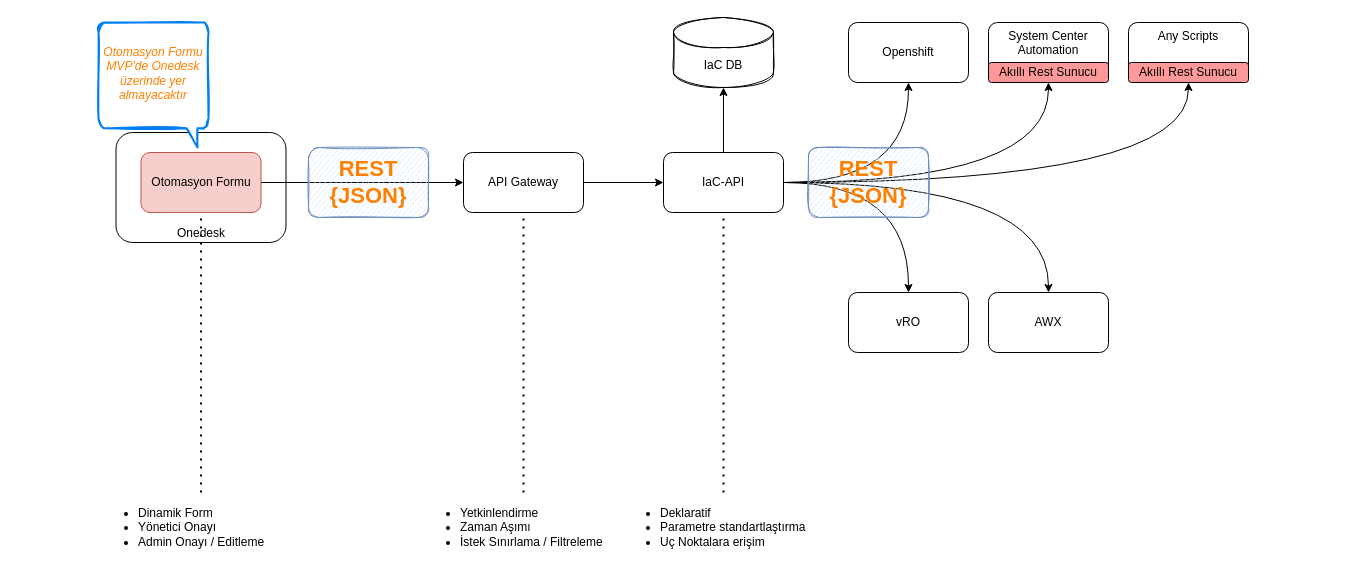
This is page "Genel Bakış" (1 of 2) of iac-flow.drawio from haidouks/draw.io, a draw.io file, before an edit. Source tidied: cells renumbered, new cells numbered last; positions are measured from the earlier drawing's top-left corner, leaving out a move shared by most shapes. Both pictures are drawn from the tidied source at 100%, with x=0, y=0 at pixel (98, 17).
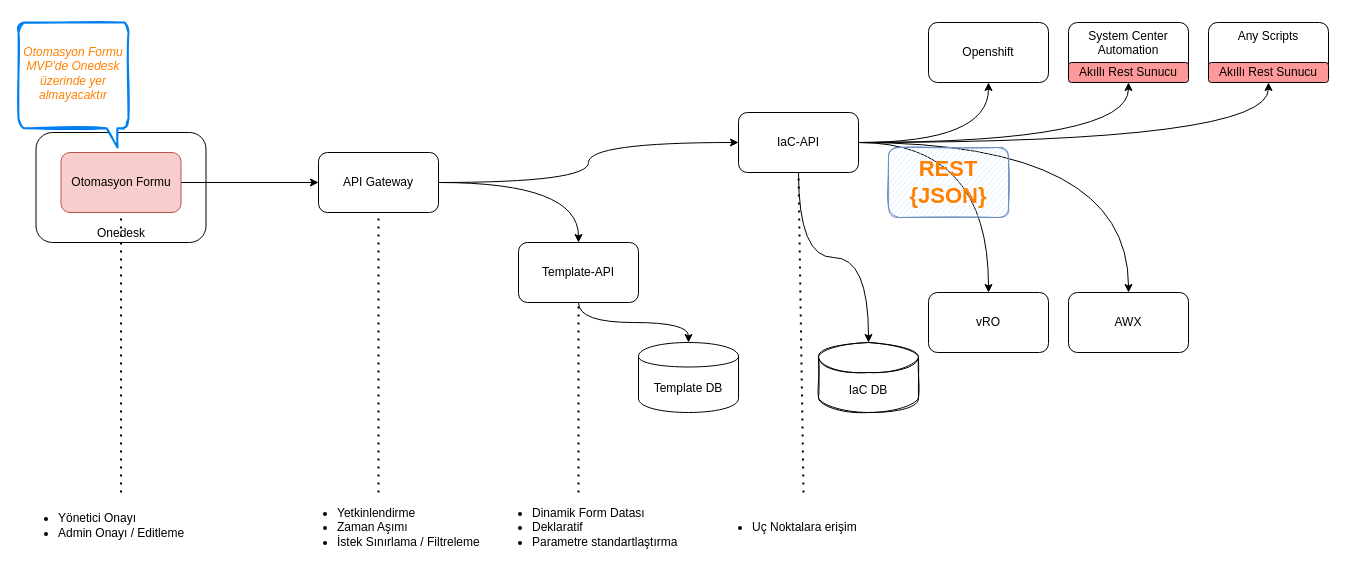
Above is the later version.

The edit, as a diff of the source:
```diff
@@
     <mxCell id="2" value="Onedesk" style="rounded=1;whiteSpace=wrap;html=1;verticalAlign=bottom;" parent="1" vertex="1">
-      <mxGeometry x="17.5" y="115" width="170" height="110" as="geometry" />
+      <mxGeometry x="-62.5" y="115" width="170" height="110" as="geometry" />
     </mxCell>
@@
     <mxCell id="4" value="Otomasyon Formu" style="whiteSpace=wrap;html=1;rounded=1;fillColor=#f8cecc;strokeColor=#b85450;" parent="1" vertex="1">
-      <mxGeometry x="42.5" y="135" width="120" height="60" as="geometry" />
+      <mxGeometry x="-37.5" y="135" width="120" height="60" as="geometry" />
     </mxCell>
-    <mxCell id="5" style="edgeStyle=orthogonalEdgeStyle;rounded=0;jettySize=auto;html=1;" parent="1" edge="1" source="6" target="13">
+    <mxCell id="5" style="edgeStyle=orthogonalEdgeStyle;jettySize=auto;html=1;curved=1;" parent="1" edge="1" source="6" target="13">
       <mxGeometry relative="1" as="geometry" />
     </mxCell>
+    <mxCell id="33" style="edgeStyle=orthogonalEdgeStyle;jettySize=auto;html=1;curved=1;" parent="1" edge="1" source="6" target="35">
+      <mxGeometry relative="1" as="geometry" />
+    </mxCell>
     <mxCell id="6" value="API Gateway" style="whiteSpace=wrap;html=1;rounded=1;" parent="1" vertex="1">
-      <mxGeometry x="365" y="135" width="120" height="60" as="geometry" />
+      <mxGeometry x="220" y="135" width="120" height="60" as="geometry" />
     </mxCell>
@@
-    <mxCell id="12" style="edgeStyle=orthogonalEdgeStyle;rounded=0;jettySize=auto;html=1;" parent="1" edge="1" source="13" target="27">
+    <mxCell id="12" style="edgeStyle=orthogonalEdgeStyle;jettySize=auto;html=1;curved=1;" parent="1" edge="1" source="13" target="27">
       <mxGeometry relative="1" as="geometry" />
     </mxCell>
     <mxCell id="13" value="IaC-API" style="whiteSpace=wrap;html=1;rounded=1;" parent="1" vertex="1">
-      <mxGeometry x="565" y="135" width="120" height="60" as="geometry" />
+      <mxGeometry x="640" y="95" width="120" height="60" as="geometry" />
     </mxCell>
     <mxCell id="14" value="vRO" style="whiteSpace=wrap;html=1;rounded=1;" parent="1" vertex="1">
-      <mxGeometry x="750" y="275" width="120" height="60" as="geometry" />
+      <mxGeometry x="830" y="275" width="120" height="60" as="geometry" />
     </mxCell>
     <mxCell id="15" value="Openshift" style="whiteSpace=wrap;html=1;rounded=1;" parent="1" vertex="1">
-      <mxGeometry x="750" y="5" width="120" height="60" as="geometry" />
+      <mxGeometry x="830" y="5" width="120" height="60" as="geometry" />
     </mxCell>
     <mxCell id="16" value="AWX" style="rounded=1;whiteSpace=wrap;html=1;" parent="1" vertex="1">
-      <mxGeometry x="890" y="275" width="120" height="60" as="geometry" />
+      <mxGeometry x="970" y="275" width="120" height="60" as="geometry" />
     </mxCell>
     <mxCell id="17" value="System Center Automation" style="rounded=1;whiteSpace=wrap;html=1;verticalAlign=top;" parent="1" vertex="1">
-      <mxGeometry x="890" y="5" width="120" height="60" as="geometry" />
+      <mxGeometry x="970" y="5" width="120" height="60" as="geometry" />
     </mxCell>
     <mxCell id="18" value="Any Scripts" style="rounded=1;whiteSpace=wrap;html=1;verticalAlign=top;" parent="1" vertex="1">
-      <mxGeometry x="1030" y="5" width="120" height="60" as="geometry" />
+      <mxGeometry x="1110" y="5" width="120" height="60" as="geometry" />
     </mxCell>
     <mxCell id="19" value="Akıllı Rest Sunucu" style="rounded=1;whiteSpace=wrap;html=1;fillColor=#FF9999;" parent="1" vertex="1">
-      <mxGeometry x="1030" y="45" width="120" height="20" as="geometry" />
+      <mxGeometry x="1110" y="45" width="120" height="20" as="geometry" />
     </mxCell>
     <mxCell id="20" value="Akıllı Rest Sunucu" style="rounded=1;whiteSpace=wrap;html=1;fillColor=#FF9999;" parent="1" vertex="1">
-      <mxGeometry x="890" y="45" width="120" height="20" as="geometry" />
+      <mxGeometry x="970" y="45" width="120" height="20" as="geometry" />
     </mxCell>
@@
-    <mxCell id="22" value="&lt;ul&gt;&lt;li&gt;Dinamik Form&lt;br&gt;&lt;/li&gt;&lt;li&gt;Yönetici Onayı&lt;/li&gt;&lt;li&gt;Admin Onayı / Editleme&lt;/li&gt;&lt;/ul&gt;" style="text;html=1;strokeColor=none;fillColor=none;align=left;verticalAlign=middle;whiteSpace=wrap;rounded=0;dashed=1;spacingTop=10;spacing=0;" parent="1" vertex="1">
-      <mxGeometry y="475" width="205" height="60" as="geometry" />
+    <mxCell id="22" value="&lt;div&gt;&lt;br&gt;&lt;/div&gt;&lt;ul&gt;&lt;li&gt;Yönetici Onayı&lt;/li&gt;&lt;li&gt;Admin Onayı / Editleme&lt;/li&gt;&lt;/ul&gt;" style="text;html=1;strokeColor=none;fillColor=none;align=left;verticalAlign=bottom;whiteSpace=wrap;rounded=0;dashed=1;spacingTop=10;spacing=0;" parent="1" vertex="1">
+      <mxGeometry x="-80" y="475" width="205" height="60" as="geometry" />
     </mxCell>
-    <mxCell id="23" style="endArrow=none;dashed=1;html=1;dashPattern=1 3;strokeWidth=2;entryX=0.5;entryY=1;entryDx=0;entryDy=0;exitX=0.5;exitY=0;exitDx=0;exitDy=0;" parent="1" edge="1" source="24" target="6">
-      <mxGeometry relative="1" as="geometry" />
+    <mxCell id="23" style="endArrow=none;dashed=1;html=1;dashPattern=1 3;strokeWidth=2;entryX=0.5;entryY=1;entryDx=0;entryDy=0;exitX=0.5;exitY=0;exitDx=0;exitDy=0;" parent="1" edge="1" target="6">
+      <mxGeometry relative="1" as="geometry">
+        <mxPoint x="280" y="475" as="sourcePoint" />
+      </mxGeometry>
     </mxCell>
     <mxCell id="24" value="&lt;ul&gt;&lt;li&gt;Yetkinlendirme&lt;/li&gt;&lt;li&gt;Zaman Aşımı&lt;/li&gt;&lt;li&gt;İstek Sınırlama / Filtreleme&lt;/li&gt;&lt;/ul&gt;" style="text;html=1;strokeColor=none;fillColor=none;align=left;verticalAlign=middle;whiteSpace=wrap;rounded=0;dashed=1;spacingTop=10;spacing=-1;" parent="1" vertex="1">
-      <mxGeometry x="322.5" y="475" width="205" height="60" as="geometry" />
+      <mxGeometry x="200" y="475" width="205" height="60" as="geometry" />
     </mxCell>
     <mxCell id="25" style="endArrow=none;dashed=1;html=1;dashPattern=1 3;strokeWidth=2;entryX=0.5;entryY=1;entryDx=0;entryDy=0;" parent="1" edge="1" target="13">
       <mxGeometry relative="1" as="geometry">
-        <mxPoint x="625" y="475" as="sourcePoint" />
+        <mxPoint x="705" y="475" as="sourcePoint" />
       </mxGeometry>
     </mxCell>
-    <mxCell id="26" value="&lt;ul&gt;&lt;li&gt;Deklaratif&lt;/li&gt;&lt;li&gt;Parametre standartlaştırma&lt;/li&gt;&lt;li&gt;Uç Noktalara erişim&lt;/li&gt;&lt;/ul&gt;" style="text;html=1;strokeColor=none;fillColor=none;align=left;verticalAlign=middle;whiteSpace=wrap;rounded=0;dashed=1;spacingTop=10;spacing=-1;" parent="1" vertex="1">
-      <mxGeometry x="522.5" y="475" width="205" height="60" as="geometry" />
+    <mxCell id="26" value="&lt;ul&gt;&lt;li&gt;Uç Noktalara erişim&lt;br&gt;&lt;/li&gt;&lt;/ul&gt;" style="text;html=1;strokeColor=none;fillColor=none;align=left;verticalAlign=middle;whiteSpace=wrap;rounded=0;dashed=1;spacingTop=10;spacing=-1;" parent="1" vertex="1">
+      <mxGeometry x="615" y="475" width="205" height="60" as="geometry" />
     </mxCell>
     <mxCell id="27" value="IaC DB" style="shape=cylinder3;whiteSpace=wrap;html=1;boundedLbl=1;backgroundOutline=1;size=15;sketch=1;" parent="1" vertex="1">
-      <mxGeometry x="575" width="100" height="70" as="geometry" />
+      <mxGeometry x="720" y="325" width="100" height="70" as="geometry" />
     </mxCell>
     <mxCell id="28" value="&lt;font color=&quot;#ff8000&quot;&gt;&lt;span style=&quot;font-size: 22px&quot;&gt;REST&lt;br&gt;{JSON}&lt;/span&gt;&lt;/font&gt;" style="text;html=1;strokeColor=#6c8ebf;fillColor=#dae8fc;align=center;verticalAlign=middle;whiteSpace=wrap;rounded=1;fontStyle=1;sketch=1;" parent="1" vertex="1">
-      <mxGeometry x="710" y="130" width="120" height="70" as="geometry" />
+      <mxGeometry x="790" y="130" width="120" height="70" as="geometry" />
     </mxCell>
-    <mxCell id="29" value="&lt;font color=&quot;#ff8000&quot;&gt;&lt;span style=&quot;font-size: 22px&quot;&gt;REST&lt;br&gt;{JSON}&lt;/span&gt;&lt;/font&gt;" style="text;html=1;strokeColor=#6c8ebf;fillColor=#dae8fc;align=center;verticalAlign=middle;whiteSpace=wrap;rounded=1;fontStyle=1;sketch=1;" parent="1" vertex="1">
-      <mxGeometry x="210" y="130" width="120" height="70" as="geometry" />
-    </mxCell>
     <mxCell id="30" style="group;sketch=1;shadow=0;rounded=0;glass=0;" parent="1" vertex="1">
-      <mxGeometry y="5" width="110" height="125" as="geometry" />
+      <mxGeometry x="-80" y="5" width="110" height="125" as="geometry" />
     </mxCell>
@@
+    <mxCell id="34" style="edgeStyle=orthogonalEdgeStyle;jettySize=auto;html=1;curved=1;" parent="1" edge="1" source="35" target="36">
+      <mxGeometry relative="1" as="geometry" />
+    </mxCell>
+    <mxCell id="35" value="Template-API" style="whiteSpace=wrap;html=1;rounded=1;" parent="1" vertex="1">
+      <mxGeometry x="420" y="225" width="120" height="60" as="geometry" />
+    </mxCell>
+    <mxCell id="36" value="Template DB" style="shape=cylinder;whiteSpace=wrap;html=1;boundedLbl=1;backgroundOutline=1;rounded=1;" parent="1" vertex="1">
+      <mxGeometry x="540" y="325" width="100" height="70" as="geometry" />
+    </mxCell>
+    <mxCell id="37" style="endArrow=none;dashed=1;html=1;dashPattern=1 3;strokeWidth=2;entryX=0.5;entryY=1;entryDx=0;entryDy=0;" parent="1" edge="1" target="35">
+      <mxGeometry relative="1" as="geometry">
+        <mxPoint x="480" y="475" as="sourcePoint" />
+      </mxGeometry>
+    </mxCell>
+    <mxCell id="38" value="&lt;ul&gt;&lt;li&gt;Dinamik Form Datası&lt;/li&gt;&lt;li&gt;Deklaratif&lt;/li&gt;&lt;li&gt;Parametre standartlaştırma&lt;/li&gt;&lt;/ul&gt;" style="text;html=1;strokeColor=none;fillColor=none;align=left;verticalAlign=middle;whiteSpace=wrap;rounded=0;dashed=1;spacingTop=10;spacing=-1;" parent="1" vertex="1">
+      <mxGeometry x="395" y="475" width="205" height="60" as="geometry" />
+    </mxCell>
```
